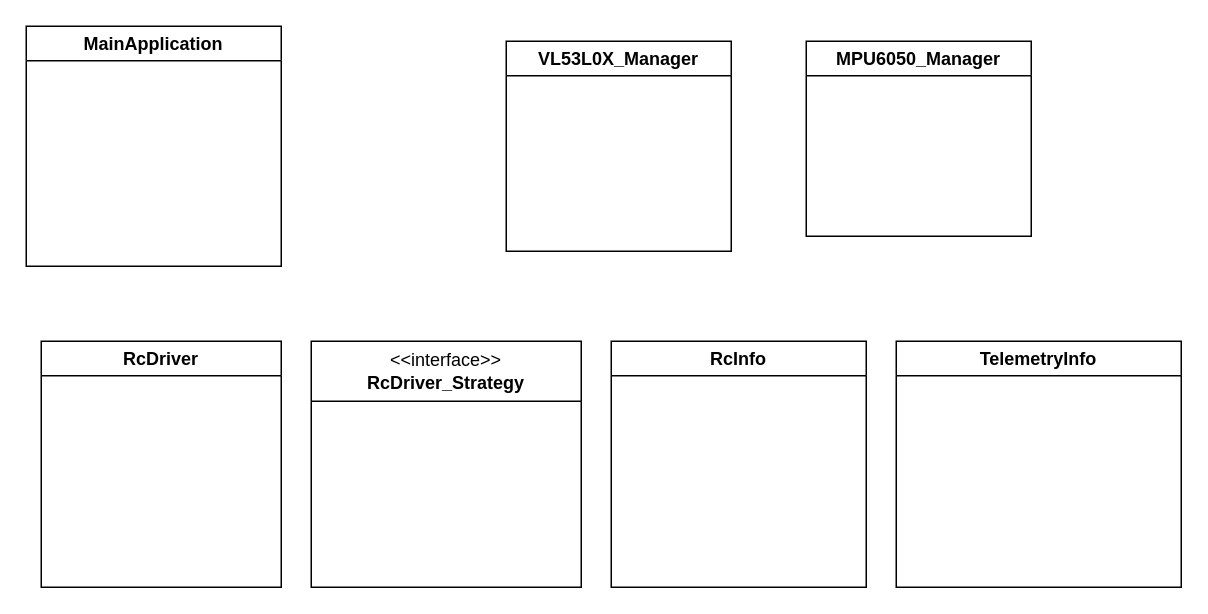
Earlier version of the draw.io diagram umlDiagram/Diagrama sin título.drawio (JoanICG/Collision_avoidance_module_for_UAV). Source tidied: cells renumbered, new cells numbered last; positions are measured from the earlier drawing's top-left corner, leaving out a move shared by most shapes. Both pictures are drawn from the tidied source at 150%, with x=0, y=0 at pixel (26, 26).
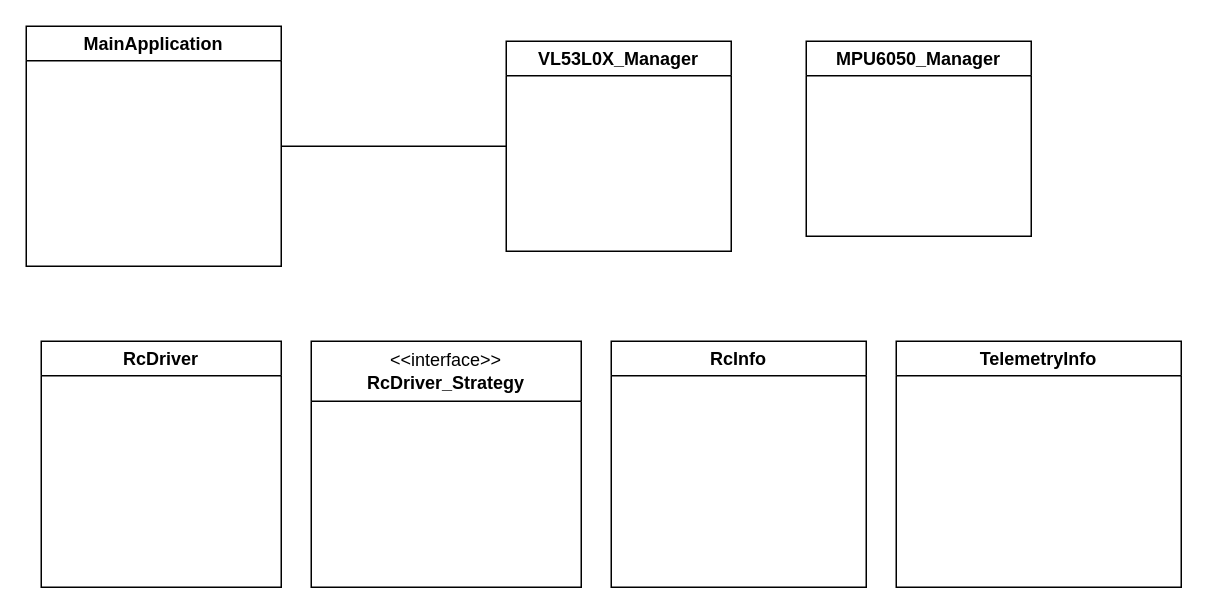
Above is the later version.

Change to the diagram source:
```diff
@@
 <mxGraphModel>
   <root>
     <mxCell id="0" />
     <mxCell id="1" parent="0" />
+    <mxCell id="9" style="edgeStyle=orthogonalEdgeStyle;rounded=0;jettySize=auto;html=1;exitX=1;exitY=0.5;exitDx=0;exitDy=0;entryX=0;entryY=0.5;entryDx=0;entryDy=0;endArrow=none;startFill=0;" parent="1" edge="1" source="2" target="3">
+      <mxGeometry relative="1" as="geometry" />
+    </mxCell>
     <mxCell id="2" value="MainApplication" style="swimlane;whiteSpace=wrap;html=1;" parent="1" vertex="1">
       <mxGeometry width="170" height="160" as="geometry" />
     </mxCell>
     <mxCell id="3" value="VL53L0X_Manager" style="swimlane;whiteSpace=wrap;html=1;" parent="1" vertex="1">
       <mxGeometry x="320" y="10" width="150" height="140" as="geometry" />
     </mxCell>
     <mxCell id="4" value="MPU6050_Manager" style="swimlane;whiteSpace=wrap;html=1;" parent="1" vertex="1">
       <mxGeometry x="520" y="10" width="150" height="130" as="geometry" />
     </mxCell>
     <mxCell id="5" value="RcDriver" style="swimlane;whiteSpace=wrap;html=1;" parent="1" vertex="1">
       <mxGeometry x="10" y="210" width="160" height="164" as="geometry" />
     </mxCell>
     <mxCell id="6" value="&lt;div&gt;&lt;span style=&quot;font-weight: normal;&quot;&gt;&amp;lt;&amp;lt;interface&amp;gt;&amp;gt;&lt;/span&gt;&lt;/div&gt;RcDriver_Strategy" style="swimlane;whiteSpace=wrap;html=1;startSize=40;" parent="1" vertex="1">
       <mxGeometry x="190" y="210" width="180" height="164" as="geometry" />
     </mxCell>
     <mxCell id="7" value="RcInfo" style="swimlane;whiteSpace=wrap;html=1;" parent="1" vertex="1">
       <mxGeometry x="390" y="210" width="170" height="164" as="geometry" />
     </mxCell>
     <mxCell id="8" value="TelemetryInfo" style="swimlane;whiteSpace=wrap;html=1;" parent="1" vertex="1">
       <mxGeometry x="580" y="210" width="190" height="164" as="geometry" />
     </mxCell>
   </root>
 </mxGraphModel>
```
